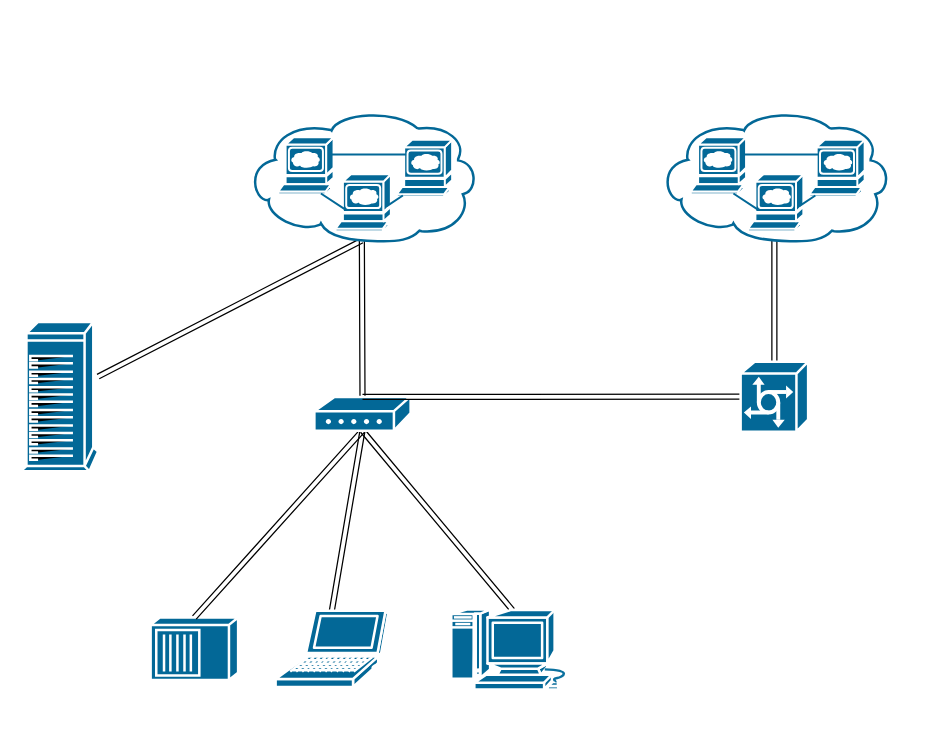
This is 我的网络拓扑.drawio from Susiia/draw.io, a draw.io file, before an edit. Source tidied: cells renumbered, new cells numbered last; positions are measured from the earlier drawing's top-left corner, leaving out a move shared by most shapes. Both pictures are drawn from the tidied source at 125%, with x=0, y=0 at pixel (20, 109).
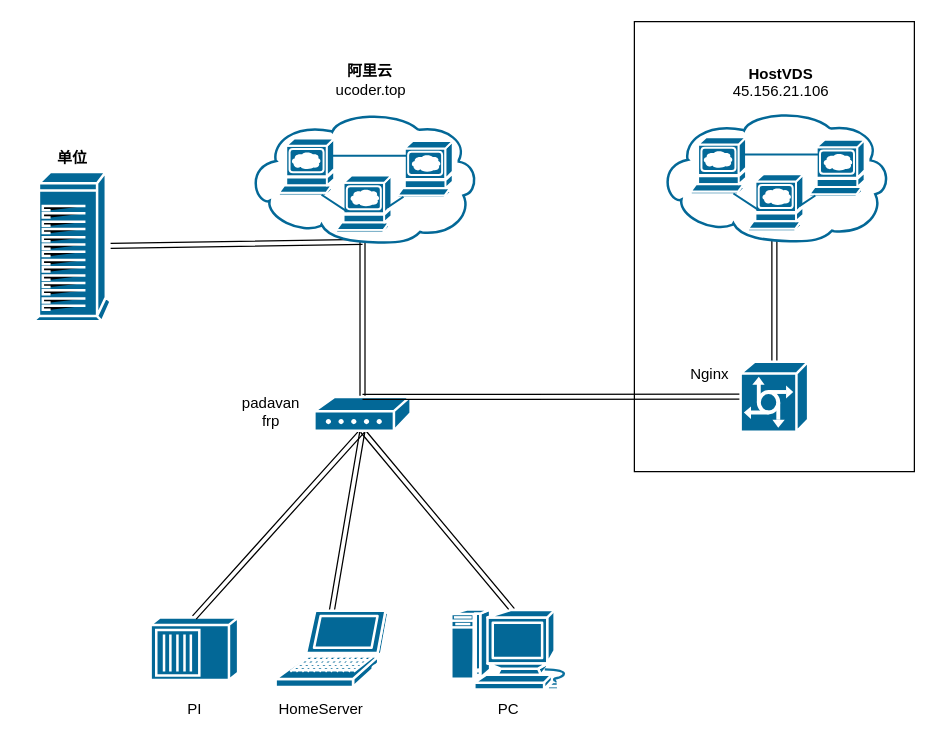
After the change.

Commit message (it also covers changes not shown here):
更新我的网络拓扑.drawio

What changed in the source:
```diff
@@
+    <mxCell id="17" style="whiteSpace=wrap;html=1;" parent="1" vertex="1">
+      <mxGeometry x="491" y="-70.2" width="224" height="360" as="geometry" />
+    </mxCell>
@@
     <mxCell id="4" style="shape=mxgraph.cisco.computers_and_peripherals.ibm_tower;sketch=0;html=1;dashed=0;fillColor=#036897;strokeColor=#ffffff;strokeWidth=2;verticalLabelPosition=bottom;verticalAlign=top;align=center;outlineConnect=0;" parent="1" vertex="1">
-      <mxGeometry y="170" width="62" height="119.5" as="geometry" />
+      <mxGeometry x="10" y="50" width="62" height="119.5" as="geometry" />
     </mxCell>
@@
     <mxCell id="7" style="shape=mxgraph.cisco.storage.web_cluster;sketch=0;html=1;dashed=0;fillColor=#036897;strokeColor=#ffffff;strokeWidth=2;verticalLabelPosition=bottom;verticalAlign=top;align=center;outlineConnect=0;" parent="1" vertex="1">
-      <mxGeometry x="180" width="186" height="106" as="geometry" />
+      <mxGeometry x="180.5" y="1" width="186" height="106" as="geometry" />
     </mxCell>
@@
+    <mxCell id="18" style="group;" parent="1" vertex="1">
+      <mxGeometry x="240" y="-45" width="80" height="45" as="geometry" />
+    </mxCell>
+    <mxCell id="19" value="阿里云" style="text;html=1;align=center;verticalAlign=middle;fillColor=none;strokeColor=none;rounded=0;fontStyle=1;" parent="18" vertex="1">
+      <mxGeometry x="8.5" width="60" height="30" as="geometry" />
+    </mxCell>
+    <mxCell id="20" value="ucoder.top" style="text;html=1;align=center;verticalAlign=middle;strokeColor=none;fillColor=none;" parent="18" vertex="1">
+      <mxGeometry y="15" width="80" height="30" as="geometry" />
+    </mxCell>
+    <mxCell id="21" style="group;" parent="1" vertex="1">
+      <mxGeometry x="558" y="-43" width="100" height="44" as="geometry" />
+    </mxCell>
+    <mxCell id="22" value="HostVDS" style="text;html=1;align=center;verticalAlign=middle;fillColor=none;strokeColor=none;rounded=0;fontStyle=1;" parent="21" vertex="1">
+      <mxGeometry x="15" width="70" height="30" as="geometry" />
+    </mxCell>
+    <mxCell id="23" value="45.156.21.106" style="text;html=1;align=center;verticalAlign=middle;fillColor=none;strokeColor=none;rounded=0;" parent="21" vertex="1">
+      <mxGeometry y="14" width="100" height="30" as="geometry" />
+    </mxCell>
+    <mxCell id="24" value="单位" style="text;html=1;align=center;verticalAlign=middle;strokeColor=none;fillColor=none;fontStyle=1;" parent="1" vertex="1">
+      <mxGeometry x="16" y="24" width="50" height="30" as="geometry" />
+    </mxCell>
+    <mxCell id="25" value="padavan&lt;br&gt;frp" style="text;html=1;align=center;verticalAlign=middle;strokeColor=none;fillColor=none;" parent="1" vertex="1">
+      <mxGeometry x="165" y="222" width="70" height="40" as="geometry" />
+    </mxCell>
+    <mxCell id="26" value="Nginx" style="text;html=1;align=center;verticalAlign=middle;fillColor=none;strokeColor=none;rounded=0;" parent="1" vertex="1">
+      <mxGeometry x="526" y="197" width="50" height="30" as="geometry" />
+    </mxCell>
+    <mxCell id="27" value="PI" style="text;html=1;align=center;verticalAlign=middle;fillColor=none;strokeColor=none;rounded=0;" parent="1" vertex="1">
+      <mxGeometry x="124" y="465" width="30" height="30" as="geometry" />
+    </mxCell>
+    <mxCell id="28" value="HomeServer" style="text;html=1;align=center;verticalAlign=middle;fillColor=none;strokeColor=none;rounded=0;" parent="1" vertex="1">
+      <mxGeometry x="195" y="465" width="90" height="30" as="geometry" />
+    </mxCell>
+    <mxCell id="29" value="PC" style="text;html=1;align=center;verticalAlign=middle;fillColor=none;strokeColor=none;rounded=0;" parent="1" vertex="1">
+      <mxGeometry x="370" y="465" width="40" height="30" as="geometry" />
+    </mxCell>
```
